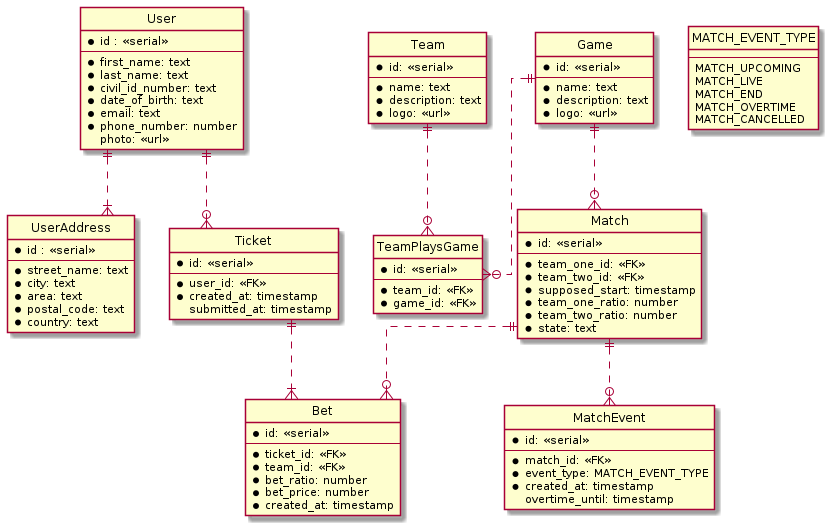
Earlier version of the PlantUML export sources/communication-architecture/database/database_design.png (adamzalesak/starbet-live). The source it was exported from:
```plantuml
@startuml 'database design'

hide circle
skinparam Linetype ortho

entity User {
    * id : <<serial>>
    ---
    * first_name: text
    * last_name: text
    * civil_id_number: text
    * date_of_birth: text
    * email: text
    * phone_number: number
    photo: <<url>>
}

entity UserAddress {
    * id : <<serial>>
    ---
    * street_name: text
    * city: text
    * area: text
    * postal_code: text
    * country: text
}

entity Game {
    * id: <<serial>>
    ---
    * name: text
    * description: text
    * logo: <<url>>
}

entity Team {
    * id: <<serial>>
    ---
    * name: text
    * description: text
    * logo: <<url>>
}

entity TeamPlaysGame {
    * id: <<serial>>
    ---
    * team_id: <<FK>>
    * game_id: <<FK>>
}

entity Match {
    * id: <<serial>>
    ---
    * team_one_id: <<FK>>
    * team_two_id: <<FK>>
    * supposed_start: timestamp
    * team_one_ratio: number
    * team_two_ratio: number
    * state: text
}

enum MATCH_EVENT_TYPE {
    ---
    MATCH_UPCOMING
    MATCH_LIVE
    MATCH_END
    MATCH_OVERTIME
    MATCH_CANCELLED
}

entity MatchEvent {
    * id: <<serial>>
    ---
    * match_id: <<FK>>
    * event_type: MATCH_EVENT_TYPE
    * created_at: timestamp
    overtime_until: timestamp
}

entity Bet {
    * id: <<serial>>
    ---
    * ticket_id: <<FK>>
    * team_id: <<FK>>
    * bet_ratio: number
    * bet_price: number
    * created_at: timestamp
}

entity Ticket {
    * id: <<serial>>
    ---
    * user_id: <<FK>>
    * created_at: timestamp
    submitted_at: timestamp
}

User ||..|{ UserAddress
User ||..o{ Ticket

Game ||..o{ TeamPlaysGame
Team ||..o{ TeamPlaysGame

Game ||..o{ Match

Match ||..o{ MatchEvent

Match ||..o{ Bet

Ticket ||..|{ Bet

@enduml
```
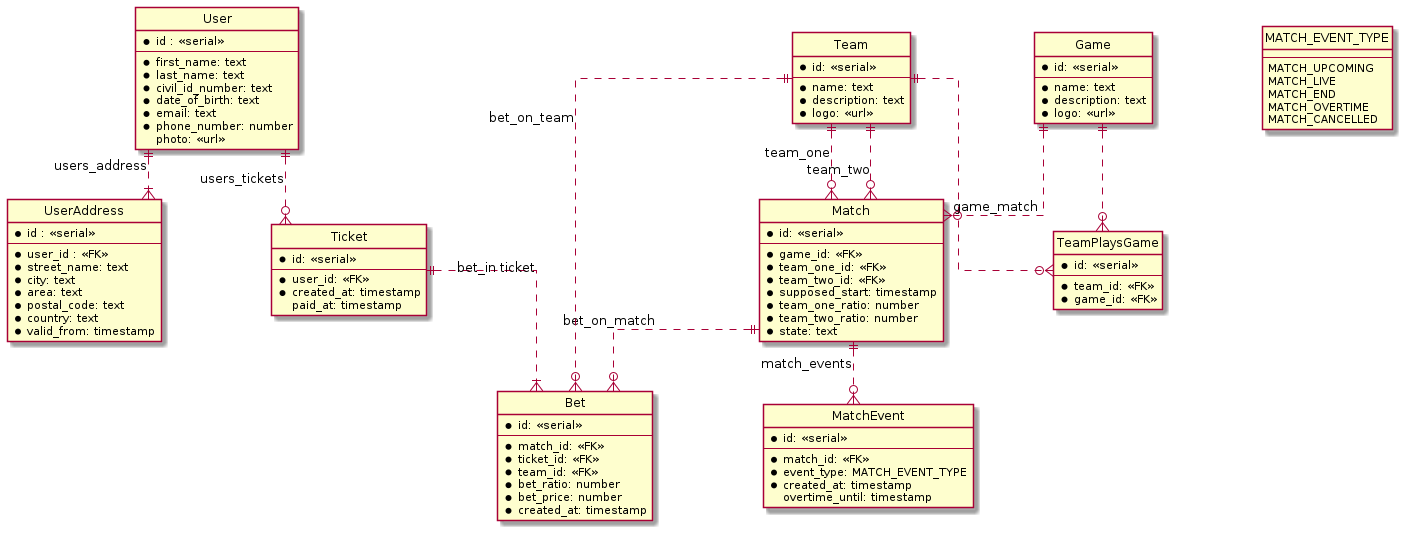
The same file after the commit.

Commit message:
fix: fixing ERD diagram to match diesel migrations

The edit, as a diff of the source:
```diff
@@ -1,7 +1,9 @@
-@startuml 'database design'
+@startuml database design
 
 hide circle
 skinparam Linetype ortho
+skinparam Nodesep 110
+skinparam Ranksep 50
 
 entity User {
     * id : <<serial>>
@@ -18,11 +20,13 @@
 entity UserAddress {
     * id : <<serial>>
     ---
+    * user_id : <<FK>>
     * street_name: text
     * city: text
     * area: text
     * postal_code: text
     * country: text
+    * valid_from: timestamp
 }
 
 entity Game {
@@ -51,6 +55,7 @@
 entity Match {
     * id: <<serial>>
     ---
+    * game_id: <<FK>>
     * team_one_id: <<FK>>
     * team_two_id: <<FK>>
     * supposed_start: timestamp
@@ -80,6 +85,7 @@
 entity Bet {
     * id: <<serial>>
     ---
+    * match_id: <<FK>>
     * ticket_id: <<FK>>
     * team_id: <<FK>>
     * bet_ratio: number
@@ -92,21 +98,25 @@
     ---
     * user_id: <<FK>>
     * created_at: timestamp
-    submitted_at: timestamp
+    paid_at: timestamp
 }
 
-User ||..|{ UserAddress
-User ||..o{ Ticket
+User ||..|{ UserAddress : users_address
+User ||..o{ Ticket : users_tickets
 
 Game ||..o{ TeamPlaysGame
 Team ||..o{ TeamPlaysGame
 
-Game ||..o{ Match
+Game ||..o{ Match : game_match
 
-Match ||..o{ MatchEvent
+Match ||..o{ MatchEvent : match_events
 
-Match ||..o{ Bet
+Match ||..o{ Bet : bet_on_match
 
-Ticket ||..|{ Bet
+Team ||..o{ Match : team_one
+Team ||..o{ Match : team_two
+Team ||..o{ Bet : bet_on_team
+
+Ticket ||..|{ Bet : bet_in ticket
 
 @enduml
```
